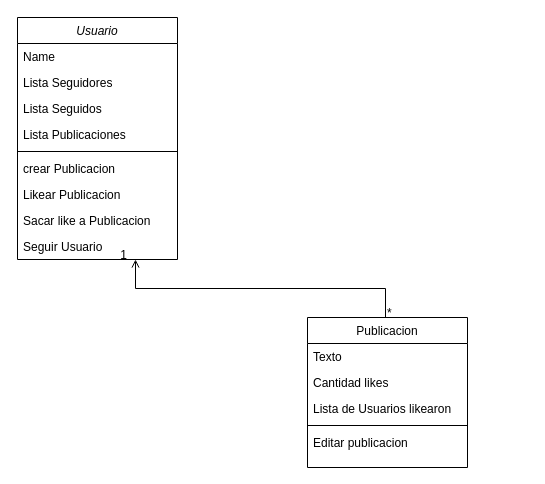
Above: RedSocial.drawio in AgustinaFontana/1prueba (draw.io), before the change. Source tidied: cells renumbered, new cells numbered last; positions are measured from the earlier drawing's top-left corner, leaving out a move shared by most shapes. Both pictures are drawn from the tidied source at 100%, with x=0, y=0 at pixel (17, 17).
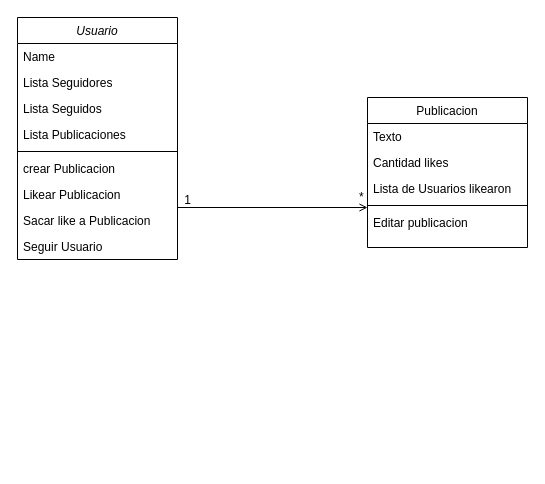
The same page after the edit.

What changed in the source:
```diff
@@
     <mxCell id="12" value="Publicacion" style="swimlane;fontStyle=0;align=center;verticalAlign=top;horizontal=1;startSize=26;rounded=0;shadow=0;strokeWidth=1;" parent="1" vertex="1">
-      <mxGeometry x="290" y="300" width="160" height="150" as="geometry" />
+      <mxGeometry x="350" y="80" width="160" height="150" as="geometry" />
     </mxCell>
@@
     <mxCell id="18" style="endArrow=open;shadow=0;strokeWidth=1;rounded=0;endFill=1;edgeStyle=elbowEdgeStyle;elbow=vertical;" parent="1" edge="1">
       <mxGeometry x="0.5" y="41" relative="1" as="geometry">
-        <mxPoint x="368" y="300" as="sourcePoint" />
-        <mxPoint x="118" y="242" as="targetPoint" />
+        <mxPoint x="160" y="180" as="sourcePoint" />
+        <mxPoint x="350" y="190" as="targetPoint" />
+        <Array as="points">
+          <mxPoint x="310" y="190" />
+        </Array>
         <mxPoint x="-40" y="32" as="offset" />
       </mxGeometry>
     </mxCell>
     <mxCell id="19" value="*" style="align=left;verticalAlign=bottom;labelBackgroundColor=none;fontSize=12;" parent="18" vertex="1">
       <mxGeometry x="-1" relative="1" as="geometry">
-        <mxPoint y="4" as="offset" />
+        <mxPoint x="180" y="8" as="offset" />
       </mxGeometry>
     </mxCell>
-    <mxCell id="20" value="1" style="align=right;verticalAlign=bottom;labelBackgroundColor=none;fontSize=12;" parent="18" vertex="1">
-      <mxGeometry x="1" relative="1" as="geometry">
-        <mxPoint x="-7" y="4" as="offset" />
-      </mxGeometry>
+    <mxCell id="20" value="1" style="text;html=1;align=center;verticalAlign=middle;strokeColor=none;fillColor=none;" parent="1" vertex="1">
+      <mxGeometry x="155" y="168" width="30" height="30" as="geometry" />
     </mxCell>
```
